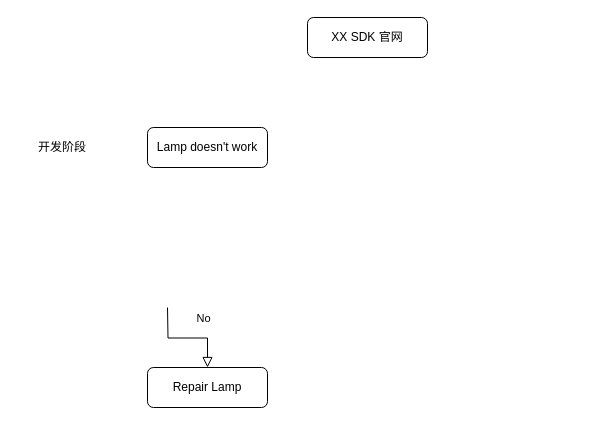
The draw.io diagram draw/Virtual integration.drawio in befairyliu/draw.io, before the edit. Source tidied: cells renumbered, new cells numbered last; positions are measured from the earlier drawing's top-left corner, leaving out a move shared by most shapes. Both pictures are drawn from the tidied source at 100%, with x=0, y=0 at pixel (37, 17).
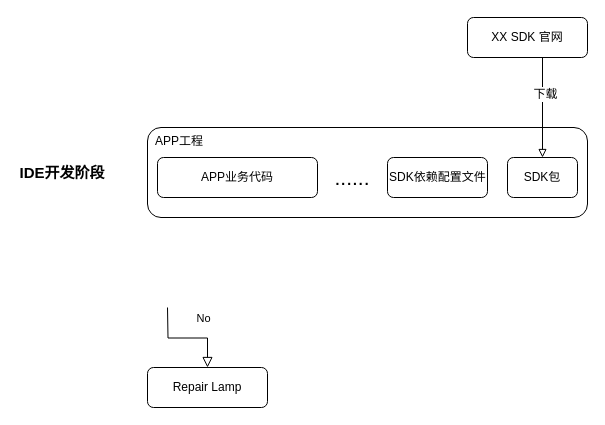
The same page after the edit.

Change to the diagram source:
```diff
@@
 <mxGraphModel>
   <root>
     <mxCell id="0" />
     <mxCell id="1" parent="0" />
-    <mxCell id="2" value="Lamp doesn't work" style="rounded=1;whiteSpace=wrap;html=1;fontSize=12;glass=0;strokeWidth=1;shadow=0;" parent="1" vertex="1">
-      <mxGeometry x="110" y="110" width="120" height="40" as="geometry" />
+    <mxCell id="2" value="&amp;nbsp; APP工程" style="rounded=1;whiteSpace=wrap;html=1;fontSize=12;glass=0;strokeWidth=1;shadow=0;align=left;verticalAlign=top;" parent="1" vertex="1">
+      <mxGeometry x="110" y="110" width="440" height="90" as="geometry" />
     </mxCell>
     <mxCell id="3" value="No" style="rounded=0;html=1;jettySize=auto;fontSize=11;endArrow=block;endFill=0;endSize=8;strokeWidth=1;shadow=0;labelBackgroundColor=none;edgeStyle=orthogonalEdgeStyle;" parent="1" edge="1" target="4">
       <mxGeometry x="0.33" y="20" relative="1" as="geometry">
         <mxPoint x="130" y="290" as="sourcePoint" />
       </mxGeometry>
     </mxCell>
     <mxCell id="4" value="Repair Lamp" style="rounded=1;whiteSpace=wrap;html=1;fontSize=12;glass=0;strokeWidth=1;shadow=0;" parent="1" vertex="1">
       <mxGeometry x="110" y="350" width="120" height="40" as="geometry" />
     </mxCell>
+    <mxCell id="7" style="edgeStyle=orthogonalEdgeStyle;rounded=0;jettySize=auto;html=1;exitX=0.5;exitY=1;exitDx=0;exitDy=0;endArrow=block;endFill=0;fontSize=15;" parent="1" edge="1" source="5" target="11">
+      <mxGeometry relative="1" as="geometry">
+        <Array as="points">
+          <mxPoint x="505" y="40" />
+        </Array>
+      </mxGeometry>
+    </mxCell>
+    <mxCell id="8" value="下载" style="edgeLabel;html=1;align=center;verticalAlign=middle;fontSize=12;" parent="7" vertex="1">
+      <mxGeometry x="-0.11" y="2" relative="1" as="geometry" />
+    </mxCell>
     <mxCell id="5" value="XX SDK 官网" style="rounded=1;whiteSpace=wrap;html=1;fontSize=12;glass=0;strokeWidth=1;shadow=0;" parent="1" vertex="1">
-      <mxGeometry x="270" width="120" height="40" as="geometry" />
+      <mxGeometry x="430" width="120" height="40" as="geometry" />
     </mxCell>
-    <mxCell id="6" value="开发阶段" style="text;html=1;strokeColor=none;fillColor=none;align=center;verticalAlign=middle;whiteSpace=wrap;rounded=0;" parent="1" vertex="1">
-      <mxGeometry y="120" width="50" height="20" as="geometry" />
+    <mxCell id="6" value="&lt;font style=&quot;font-size: 15px&quot;&gt;&lt;b&gt;IDE开发阶段&lt;/b&gt;&lt;/font&gt;" style="text;html=1;strokeColor=none;fillColor=none;align=center;verticalAlign=middle;whiteSpace=wrap;rounded=0;fontSize=15;" parent="1" vertex="1">
+      <mxGeometry x="-20" y="135" width="90" height="40" as="geometry" />
     </mxCell>
+    <mxCell id="9" value="APP业务代码" style="rounded=1;whiteSpace=wrap;html=1;align=center;" parent="1" vertex="1">
+      <mxGeometry x="120" y="140" width="160" height="40" as="geometry" />
+    </mxCell>
+    <mxCell id="10" value="SDK依赖配置文件" style="rounded=1;whiteSpace=wrap;html=1;align=left;" parent="1" vertex="1">
+      <mxGeometry x="350" y="140" width="100" height="40" as="geometry" />
+    </mxCell>
+    <mxCell id="11" value="SDK包" style="rounded=1;whiteSpace=wrap;html=1;align=center;" parent="1" vertex="1">
+      <mxGeometry x="470" y="140" width="70" height="40" as="geometry" />
+    </mxCell>
+    <mxCell id="12" value="&lt;font style=&quot;font-size: 21px&quot;&gt;......&lt;/font&gt;" style="rounded=1;whiteSpace=wrap;html=1;align=center;fillColor=none;gradientColor=none;strokeColor=none;" parent="1" vertex="1">
+      <mxGeometry x="290" y="140" width="50" height="40" as="geometry" />
+    </mxCell>
   </root>
 </mxGraphModel>
```
